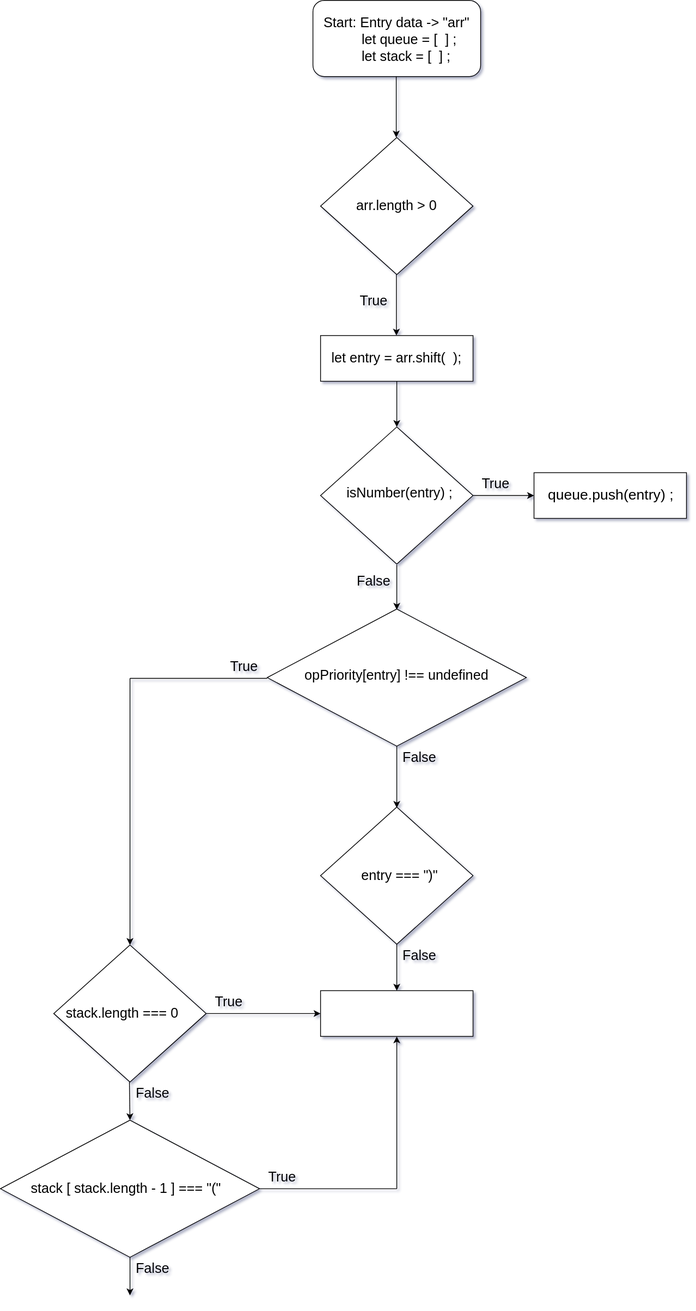
Before: Untitled Diagram.drawio.svg, a diagram exported from draw.io (jcgm3205/jcgm3205). Source tidied: cells renumbered, new cells last; positions are measured from the earlier drawing's top-left corner, leaving out a move shared by most shapes.
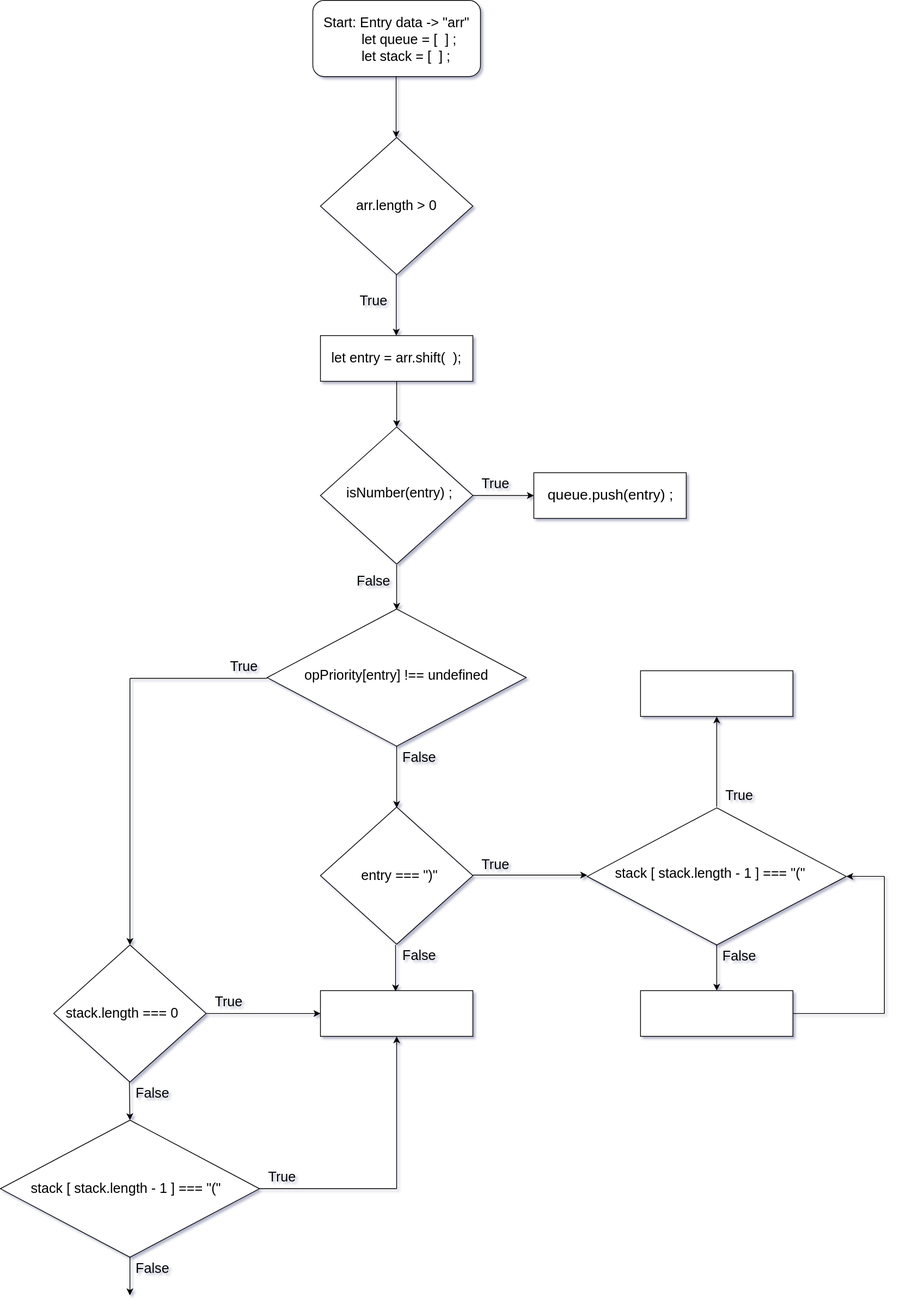
After the change.

What changed in the source:
```diff
@@ -100,8 +100,8 @@
     </mxCell>
     <mxCell id="28" style="endArrow=classic;html=1;rounded=0;fontSize=18;" parent="1" edge="1">
       <mxGeometry relative="1" as="geometry">
-        <mxPoint x="520" y="1239" as="sourcePoint" />
-        <mxPoint x="520" y="1300" as="targetPoint" />
+        <mxPoint x="940" y="1239" as="sourcePoint" />
+        <mxPoint x="940" y="1300" as="targetPoint" />
       </mxGeometry>
     </mxCell>
     <mxCell id="29" style="rounded=0;whiteSpace=wrap;html=1;fontSize=18;" parent="1" vertex="1">
@@ -168,5 +168,61 @@
     <mxCell id="44" value="False" style="text;html=1;strokeColor=none;fillColor=none;align=center;verticalAlign=middle;whiteSpace=wrap;rounded=0;fontSize=18;" parent="1" vertex="1">
       <mxGeometry x="170" y="1420" width="60" height="30" as="geometry" />
     </mxCell>
+    <mxCell id="45" style="endArrow=classic;html=1;rounded=0;fontSize=18;entryX=0;entryY=0.5;entryDx=0;entryDy=0;" parent="1" edge="1">
+      <mxGeometry relative="1" as="geometry">
+        <mxPoint x="620" y="1148.3" as="sourcePoint" />
+        <mxPoint x="770" y="1148.3" as="targetPoint" />
+      </mxGeometry>
+    </mxCell>
+    <mxCell id="46" style="rhombus;whiteSpace=wrap;html=1;fontSize=14;" parent="1" vertex="1">
+      <mxGeometry x="770" y="1060" width="340" height="180" as="geometry" />
+    </mxCell>
+    <mxCell id="47" value="stack [ stack.length - 1 ] === &quot;(&quot;" style="text;whiteSpace=wrap;html=1;fontSize=18;" parent="1" vertex="1">
+      <mxGeometry x="805" y="1129" width="270" height="40" as="geometry" />
+    </mxCell>
+    <mxCell id="48" value="True" style="text;html=1;strokeColor=none;fillColor=none;align=center;verticalAlign=middle;whiteSpace=wrap;rounded=0;fontSize=18;" parent="1" vertex="1">
+      <mxGeometry x="620" y="1120" width="60" height="30" as="geometry" />
+    </mxCell>
+    <mxCell id="49" style="endArrow=classic;html=1;rounded=0;fontSize=18;" parent="1" edge="1">
+      <mxGeometry relative="1" as="geometry">
+        <mxPoint x="940" y="1058.6" as="sourcePoint" />
+        <mxPoint x="940" y="940" as="targetPoint" />
+      </mxGeometry>
+    </mxCell>
+    <mxCell id="50" value="True" style="text;html=1;strokeColor=none;fillColor=none;align=center;verticalAlign=middle;whiteSpace=wrap;rounded=0;fontSize=18;" parent="1" vertex="1">
+      <mxGeometry x="940" y="1029" width="60" height="30" as="geometry" />
+    </mxCell>
+    <mxCell id="51" style="rounded=0;whiteSpace=wrap;html=1;fontSize=18;" parent="1" vertex="1">
+      <mxGeometry x="840" y="880" width="200" height="60" as="geometry" />
+    </mxCell>
+    <mxCell id="52" style="endArrow=classic;html=1;rounded=0;fontSize=18;" parent="1" edge="1">
+      <mxGeometry relative="1" as="geometry">
+        <mxPoint x="518.6" y="1240" as="sourcePoint" />
+        <mxPoint x="518.6" y="1301" as="targetPoint" />
+      </mxGeometry>
+    </mxCell>
+    <mxCell id="53" value="False" style="text;html=1;strokeColor=none;fillColor=none;align=center;verticalAlign=middle;whiteSpace=wrap;rounded=0;fontSize=18;" parent="1" vertex="1">
+      <mxGeometry x="940" y="1240" width="60" height="30" as="geometry" />
+    </mxCell>
+    <mxCell id="54" style="rounded=0;whiteSpace=wrap;html=1;fontSize=18;" parent="1" vertex="1">
+      <mxGeometry x="840" y="1300" width="200" height="60" as="geometry" />
+    </mxCell>
+    <mxCell id="55" style="endArrow=none;html=1;rounded=0;fontSize=18;" parent="1" edge="1">
+      <mxGeometry relative="1" as="geometry">
+        <mxPoint x="1040" y="1330" as="sourcePoint" />
+        <mxPoint x="1160" y="1330" as="targetPoint" />
+      </mxGeometry>
+    </mxCell>
+    <mxCell id="56" style="endArrow=none;html=1;rounded=0;fontSize=18;" parent="1" edge="1">
+      <mxGeometry relative="1" as="geometry">
+        <mxPoint x="1160" y="1330" as="sourcePoint" />
+        <mxPoint x="1160" y="1150" as="targetPoint" />
+      </mxGeometry>
+    </mxCell>
+    <mxCell id="57" style="endArrow=classic;html=1;rounded=0;fontSize=18;entryX=1;entryY=0.5;entryDx=0;entryDy=0;" parent="1" edge="1" target="46">
+      <mxGeometry relative="1" as="geometry">
+        <mxPoint x="1160" y="1150" as="sourcePoint" />
+      </mxGeometry>
+    </mxCell>
   </root>
 </mxGraphModel>
```
